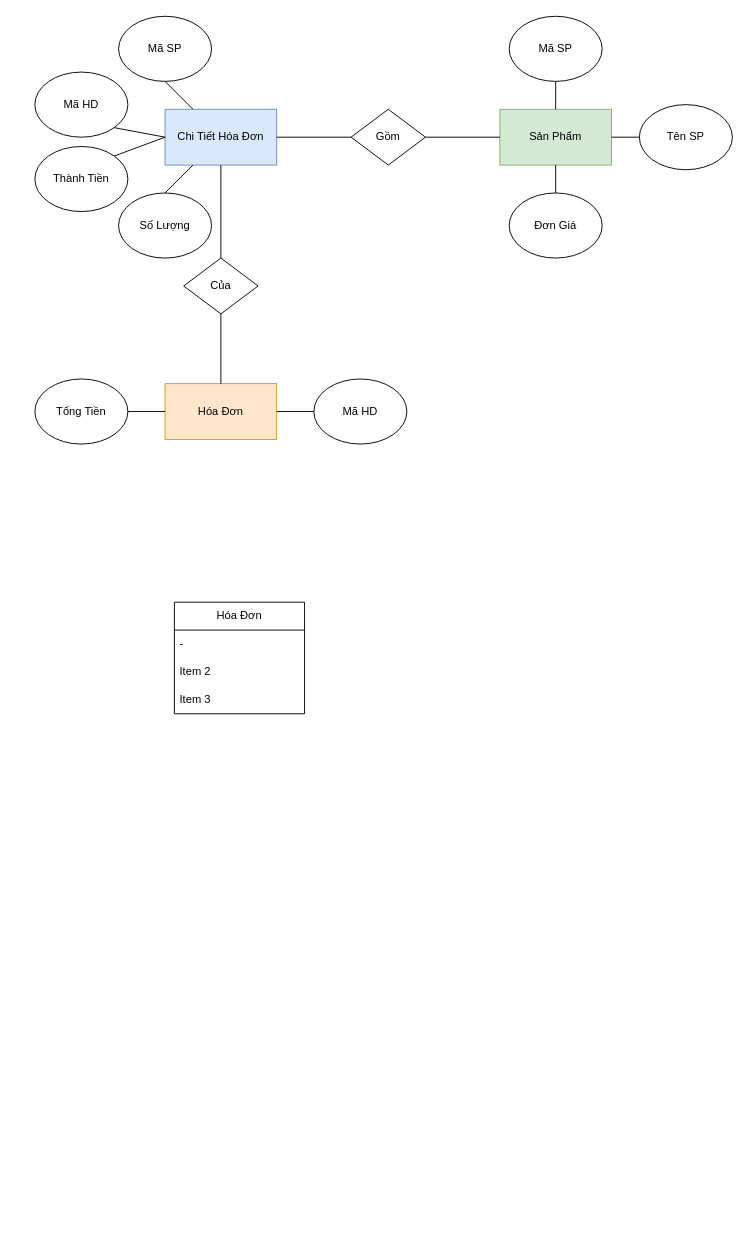
Earlier version of the draw.io diagram CjPhuong.drawio (cuongtran-0900/CjPhuong). Source tidied: cells renumbered, new cells numbered last; positions are measured from the earlier drawing's top-left corner, leaving out a move shared by most shapes. Both pictures are drawn from the tidied source at 93%, with x=0, y=0 at pixel (34, 16).
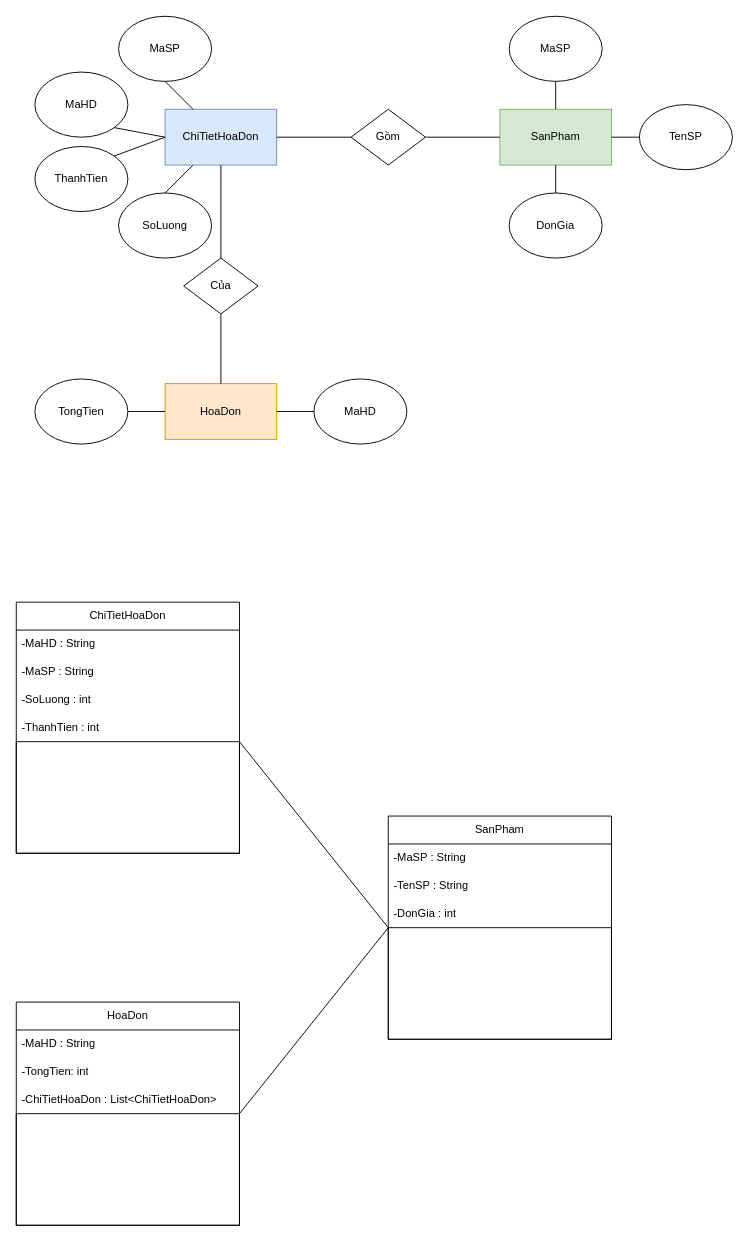
Above is the later version.

Diff of the diagram source:
```diff
@@
-    <mxCell id="2" value="Hóa Đơn" style="rounded=0;whiteSpace=wrap;html=1;fillColor=#ffe6cc;strokeColor=#d79b00;" parent="1" vertex="1">
+    <mxCell id="2" value="HoaDon" style="rounded=0;whiteSpace=wrap;html=1;fillColor=#ffe6cc;strokeColor=#d79b00;" parent="1" vertex="1">
       <mxGeometry x="140" y="395" width="120" height="60" as="geometry" />
     </mxCell>
-    <mxCell id="3" value="Chi Tiết Hóa Đơn" style="rounded=0;whiteSpace=wrap;html=1;fillColor=#dae8fc;strokeColor=#6c8ebf;" parent="1" vertex="1">
+    <mxCell id="3" value="ChiTietHoaDon" style="rounded=0;whiteSpace=wrap;html=1;fillColor=#dae8fc;strokeColor=#6c8ebf;" parent="1" vertex="1">
       <mxGeometry x="140" y="100" width="120" height="60" as="geometry" />
     </mxCell>
-    <mxCell id="4" value="Sản Phẩm" style="rounded=0;whiteSpace=wrap;html=1;fillColor=#d5e8d4;strokeColor=#82b366;" parent="1" vertex="1">
+    <mxCell id="4" value="SanPham" style="rounded=0;whiteSpace=wrap;html=1;fillColor=#d5e8d4;strokeColor=#82b366;" parent="1" vertex="1">
       <mxGeometry x="500" y="100" width="120" height="60" as="geometry" />
     </mxCell>
-    <mxCell id="5" value="Mã HD" style="ellipse;whiteSpace=wrap;html=1;" parent="1" vertex="1">
+    <mxCell id="5" value="MaHD" style="ellipse;whiteSpace=wrap;html=1;" parent="1" vertex="1">
       <mxGeometry x="300" y="390" width="100" height="70" as="geometry" />
     </mxCell>
-    <mxCell id="6" value="Mã HD" style="ellipse;whiteSpace=wrap;html=1;" parent="1" vertex="1">
+    <mxCell id="6" value="MaHD" style="ellipse;whiteSpace=wrap;html=1;" parent="1" vertex="1">
       <mxGeometry y="60" width="100" height="70" as="geometry" />
     </mxCell>
-    <mxCell id="7" value="Mã SP" style="ellipse;whiteSpace=wrap;html=1;" parent="1" vertex="1">
+    <mxCell id="7" value="MaSP" style="ellipse;whiteSpace=wrap;html=1;" parent="1" vertex="1">
       <mxGeometry x="90" width="100" height="70" as="geometry" />
     </mxCell>
-    <mxCell id="8" value="Số Lượng" style="ellipse;whiteSpace=wrap;html=1;" parent="1" vertex="1">
+    <mxCell id="8" value="SoLuong" style="ellipse;whiteSpace=wrap;html=1;" parent="1" vertex="1">
       <mxGeometry x="90" y="190" width="100" height="70" as="geometry" />
     </mxCell>
-    <mxCell id="9" value="Đơn Giá" style="ellipse;whiteSpace=wrap;html=1;" parent="1" vertex="1">
+    <mxCell id="9" value="DonGia" style="ellipse;whiteSpace=wrap;html=1;" parent="1" vertex="1">
       <mxGeometry x="510" y="190" width="100" height="70" as="geometry" />
     </mxCell>
-    <mxCell id="10" value="Tổng Tiền" style="ellipse;whiteSpace=wrap;html=1;" parent="1" vertex="1">
+    <mxCell id="10" value="TongTien" style="ellipse;whiteSpace=wrap;html=1;" parent="1" vertex="1">
       <mxGeometry y="390" width="100" height="70" as="geometry" />
     </mxCell>
-    <mxCell id="11" value="Thành Tiền" style="ellipse;whiteSpace=wrap;html=1;" parent="1" vertex="1">
+    <mxCell id="11" value="ThanhTien" style="ellipse;whiteSpace=wrap;html=1;" parent="1" vertex="1">
       <mxGeometry y="140" width="100" height="70" as="geometry" />
     </mxCell>
-    <mxCell id="12" value="Mã SP" style="ellipse;whiteSpace=wrap;html=1;" parent="1" vertex="1">
+    <mxCell id="12" value="MaSP" style="ellipse;whiteSpace=wrap;html=1;" parent="1" vertex="1">
       <mxGeometry x="510" width="100" height="70" as="geometry" />
     </mxCell>
-    <mxCell id="13" value="Tên SP" style="ellipse;whiteSpace=wrap;html=1;" parent="1" vertex="1">
+    <mxCell id="13" value="TenSP" style="ellipse;whiteSpace=wrap;html=1;" parent="1" vertex="1">
       <mxGeometry x="650" y="95" width="100" height="70" as="geometry" />
     </mxCell>
@@
-    <mxCell id="29" value="Hóa Đơn" style="swimlane;fontStyle=0;horizontal=1;startSize=30;whiteSpace=wrap;html=1;" parent="1" vertex="1">
-      <mxGeometry x="150" y="630" width="140" height="120" as="geometry" />
+    <mxCell id="29" value="HoaDon" style="swimlane;fontStyle=0;horizontal=1;startSize=30;whiteSpace=wrap;html=1;" parent="1" vertex="1">
+      <mxGeometry x="-20" y="1060" width="240" height="240" as="geometry" />
     </mxCell>
-    <mxCell id="30" value="-" style="text;strokeColor=none;fillColor=none;align=left;verticalAlign=middle;spacingLeft=4;spacingRight=4;overflow=hidden;whiteSpace=wrap;html=1;" parent="29" vertex="1">
-      <mxGeometry y="30" width="140" height="30" as="geometry" />
+    <mxCell id="30" value="-MaHD : String" style="text;strokeColor=none;fillColor=none;align=left;verticalAlign=middle;spacingLeft=4;spacingRight=4;overflow=hidden;whiteSpace=wrap;html=1;" parent="29" vertex="1">
+      <mxGeometry y="30" width="240" height="30" as="geometry" />
     </mxCell>
-    <mxCell id="31" value="Item 2" style="text;strokeColor=none;fillColor=none;align=left;verticalAlign=middle;spacingLeft=4;spacingRight=4;overflow=hidden;whiteSpace=wrap;html=1;" parent="29" vertex="1">
-      <mxGeometry y="60" width="140" height="30" as="geometry" />
+    <mxCell id="31" value="-TongTien: int" style="text;strokeColor=none;fillColor=none;align=left;verticalAlign=middle;spacingLeft=4;spacingRight=4;overflow=hidden;whiteSpace=wrap;html=1;" parent="29" vertex="1">
+      <mxGeometry y="60" width="240" height="30" as="geometry" />
     </mxCell>
-    <mxCell id="32" value="Item 3" style="text;strokeColor=none;fillColor=none;align=left;verticalAlign=middle;spacingLeft=4;spacingRight=4;overflow=hidden;whiteSpace=wrap;html=1;" parent="29" vertex="1">
-      <mxGeometry y="90" width="140" height="30" as="geometry" />
-    </mxCell>
+    <mxCell id="33" value="-ChiTietHoaDon : List&amp;lt;ChiTietHoaDon&amp;gt;" style="text;strokeColor=none;fillColor=none;align=left;verticalAlign=middle;spacingLeft=4;spacingRight=4;overflow=hidden;whiteSpace=wrap;html=1;" parent="29" vertex="1">
+      <mxGeometry y="90" width="240" height="30" as="geometry" />
+    </mxCell>
+    <mxCell id="34" style="swimlane;startSize=0;" parent="29" vertex="1">
+      <mxGeometry y="120" width="240" height="120" as="geometry" />
+    </mxCell>
+    <mxCell id="35" value="ChiTietHoaDon" style="swimlane;fontStyle=0;horizontal=1;startSize=30;whiteSpace=wrap;html=1;" parent="1" vertex="1">
+      <mxGeometry x="-20" y="630" width="240" height="270" as="geometry" />
+    </mxCell>
+    <mxCell id="36" value="-MaHD : String" style="text;strokeColor=none;fillColor=none;align=left;verticalAlign=middle;spacingLeft=4;spacingRight=4;overflow=hidden;whiteSpace=wrap;html=1;" parent="35" vertex="1">
+      <mxGeometry y="30" width="240" height="30" as="geometry" />
+    </mxCell>
+    <mxCell id="37" value="-MaSP : String" style="text;strokeColor=none;fillColor=none;align=left;verticalAlign=middle;spacingLeft=4;spacingRight=4;overflow=hidden;whiteSpace=wrap;html=1;" parent="35" vertex="1">
+      <mxGeometry y="60" width="240" height="30" as="geometry" />
+    </mxCell>
+    <mxCell id="38" value="-SoLuong : int&amp;nbsp;" style="text;strokeColor=none;fillColor=none;align=left;verticalAlign=middle;spacingLeft=4;spacingRight=4;overflow=hidden;whiteSpace=wrap;html=1;" parent="35" vertex="1">
+      <mxGeometry y="90" width="240" height="30" as="geometry" />
+    </mxCell>
+    <mxCell id="39" value="-ThanhTien : int&amp;nbsp;" style="text;strokeColor=none;fillColor=none;align=left;verticalAlign=middle;spacingLeft=4;spacingRight=4;overflow=hidden;whiteSpace=wrap;html=1;" parent="35" vertex="1">
+      <mxGeometry y="120" width="240" height="30" as="geometry" />
+    </mxCell>
+    <mxCell id="40" style="swimlane;startSize=0;" parent="35" vertex="1">
+      <mxGeometry y="150" width="240" height="120" as="geometry" />
+    </mxCell>
+    <mxCell id="41" value="SanPham" style="swimlane;fontStyle=0;horizontal=1;startSize=30;whiteSpace=wrap;html=1;" parent="1" vertex="1">
+      <mxGeometry x="380" y="860" width="240" height="240" as="geometry" />
+    </mxCell>
+    <mxCell id="42" value="-MaSP : String" style="text;strokeColor=none;fillColor=none;align=left;verticalAlign=middle;spacingLeft=4;spacingRight=4;overflow=hidden;whiteSpace=wrap;html=1;" parent="41" vertex="1">
+      <mxGeometry y="30" width="240" height="30" as="geometry" />
+    </mxCell>
+    <mxCell id="43" value="-TenSP : String" style="text;strokeColor=none;fillColor=none;align=left;verticalAlign=middle;spacingLeft=4;spacingRight=4;overflow=hidden;whiteSpace=wrap;html=1;" parent="41" vertex="1">
+      <mxGeometry y="60" width="240" height="30" as="geometry" />
+    </mxCell>
+    <mxCell id="44" value="-DonGia : int" style="text;strokeColor=none;fillColor=none;align=left;verticalAlign=middle;spacingLeft=4;spacingRight=4;overflow=hidden;whiteSpace=wrap;html=1;" parent="41" vertex="1">
+      <mxGeometry y="90" width="240" height="30" as="geometry" />
+    </mxCell>
+    <mxCell id="45" style="swimlane;startSize=0;" parent="41" vertex="1">
+      <mxGeometry y="120" width="240" height="120" as="geometry" />
+    </mxCell>
+    <mxCell id="46" style="endArrow=none;html=1;rounded=0;exitX=1;exitY=0;exitDx=0;exitDy=0;entryX=0;entryY=0;entryDx=0;entryDy=0;" parent="1" edge="1" source="40" target="45">
+      <mxGeometry relative="1" as="geometry" />
+    </mxCell>
+    <mxCell id="47" style="endArrow=none;html=1;rounded=0;entryX=0;entryY=0;entryDx=0;entryDy=0;exitX=1;exitY=0;exitDx=0;exitDy=0;" parent="1" edge="1" source="34" target="45">
+      <mxGeometry relative="1" as="geometry" />
+    </mxCell>
```
